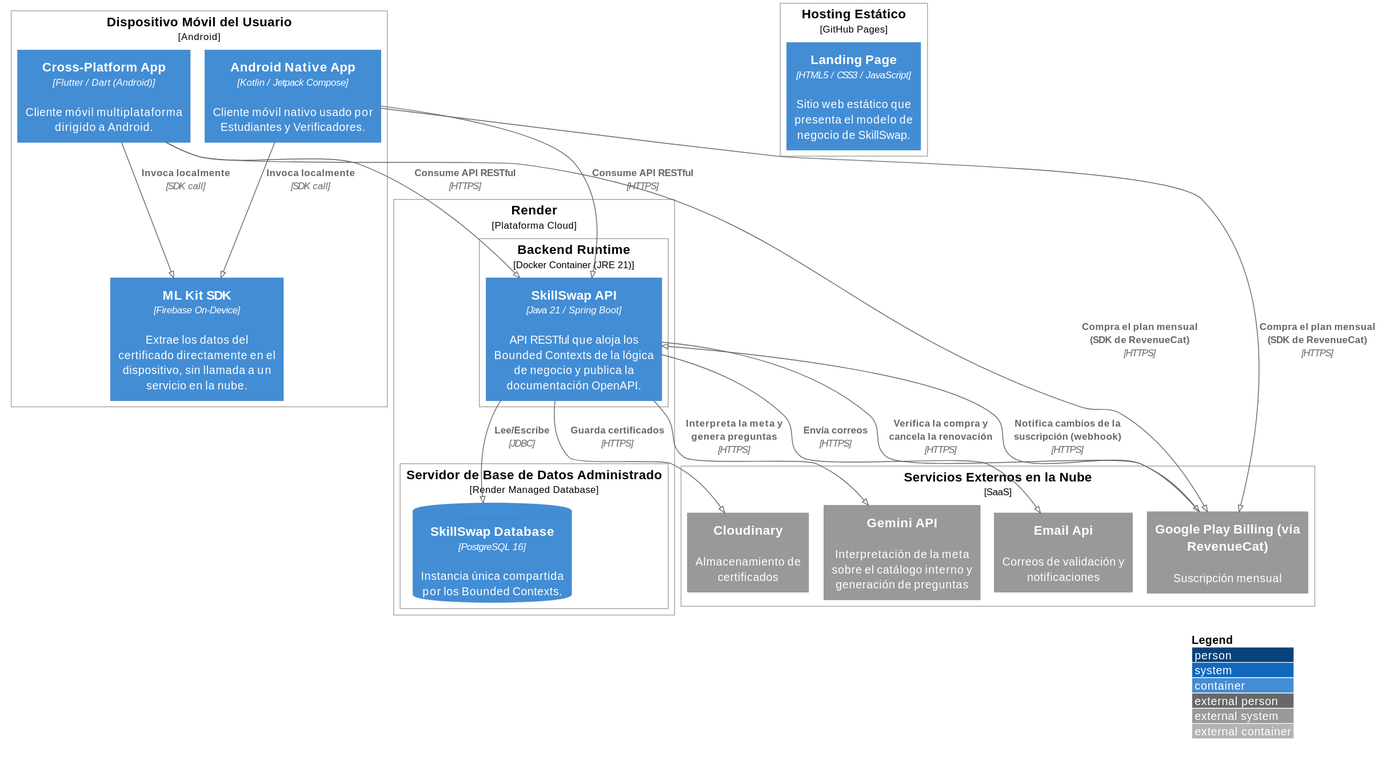
Above: images-doc/c4-deployment-diagram.svg in Aplicaciones-Dispositivos-Moviles/SkillSwap-ProjectReport (PlantUML), before the change.
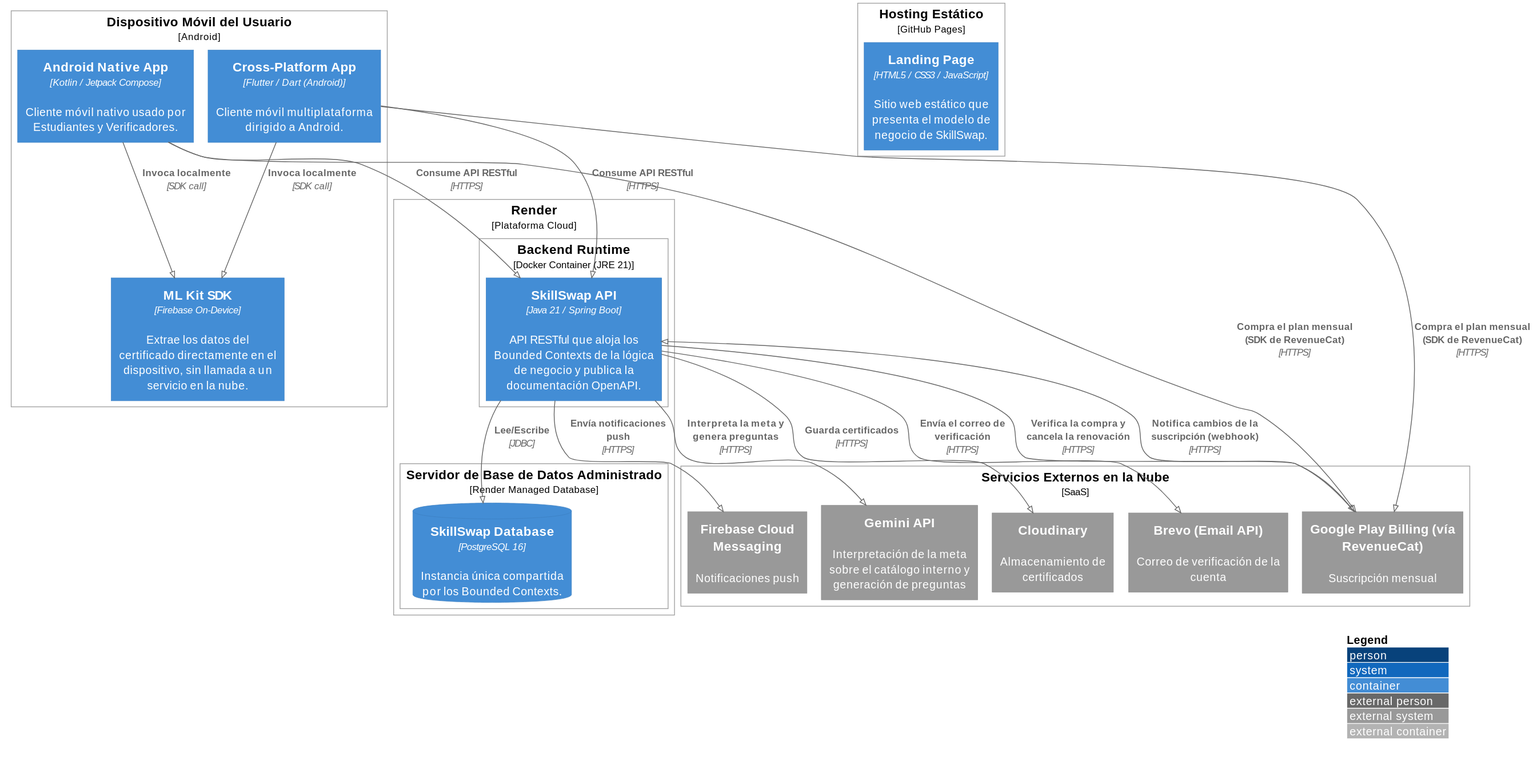
After the change.

Change to the diagram source:
```diff
@@ -25,7 +25,8 @@
 
 Deployment_Node(externalCloud, "Servicios Externos en la Nube", "SaaS"){
     System_Ext(cloudStorage, "Cloudinary", "Almacenamiento de certificados")
-    System_Ext(emailService, "Email Api", "Correos de validación y notificaciones")
+    System_Ext(emailService, "Brevo (Email API)", "Correo de verificación de la cuenta")
+    System_Ext(fcm, "Firebase Cloud Messaging", "Notificaciones push")
     System_Ext(geminiApi, "Gemini API", "Interpretación de la meta sobre el catálogo interno y generación de preguntas")
     System_Ext(playBilling, "Google Play Billing (vía RevenueCat)", "Suscripción mensual")
 }
@@ -39,7 +40,8 @@
 Rel(api, mainDB, "Lee/Escribe", "JDBC")
 
 Rel(api, cloudStorage, "Guarda certificados", "HTTPS")
-Rel(api, emailService, "Envía correos", "HTTPS")
+Rel(api, emailService, "Envía el correo de verificación", "HTTPS")
+Rel(api, fcm, "Envía notificaciones push", "HTTPS")
 Rel(api, geminiApi, "Interpreta la meta y genera preguntas", "HTTPS")
 Rel(api, playBilling, "Verifica la compra y cancela la renovación", "HTTPS")
 Rel(playBilling, api, "Notifica cambios de la suscripción (webhook)", "HTTPS")
```
